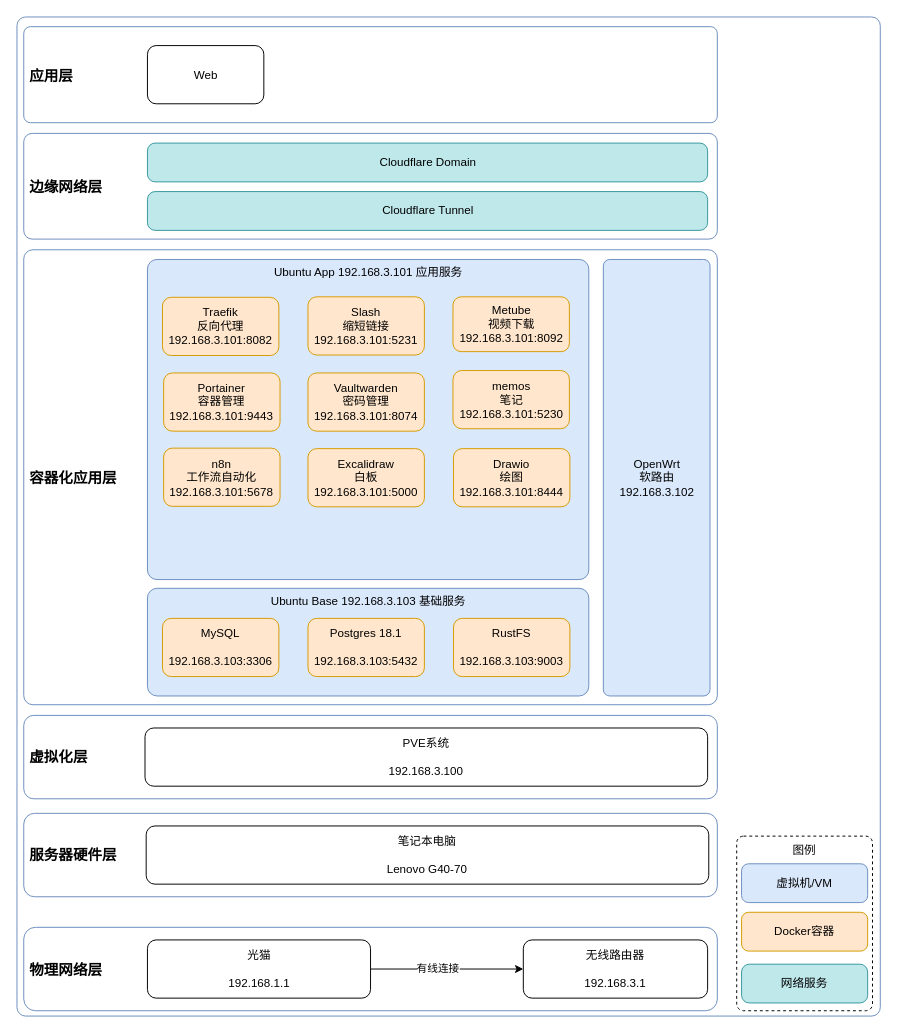
moatkon/moatkon keeps this draw.io diagram as page "HomeLab-Arch-Deploy-Details" (77 of 78) of Moatkon.drawio. Above is the earlier version. Source tidied: cells renumbered, new cells numbered last; positions are measured from the earlier drawing's top-left corner, leaving out a move shared by most shapes. Both pictures are drawn from the tidied source at 97%, with x=0, y=0 at pixel (16, 16).
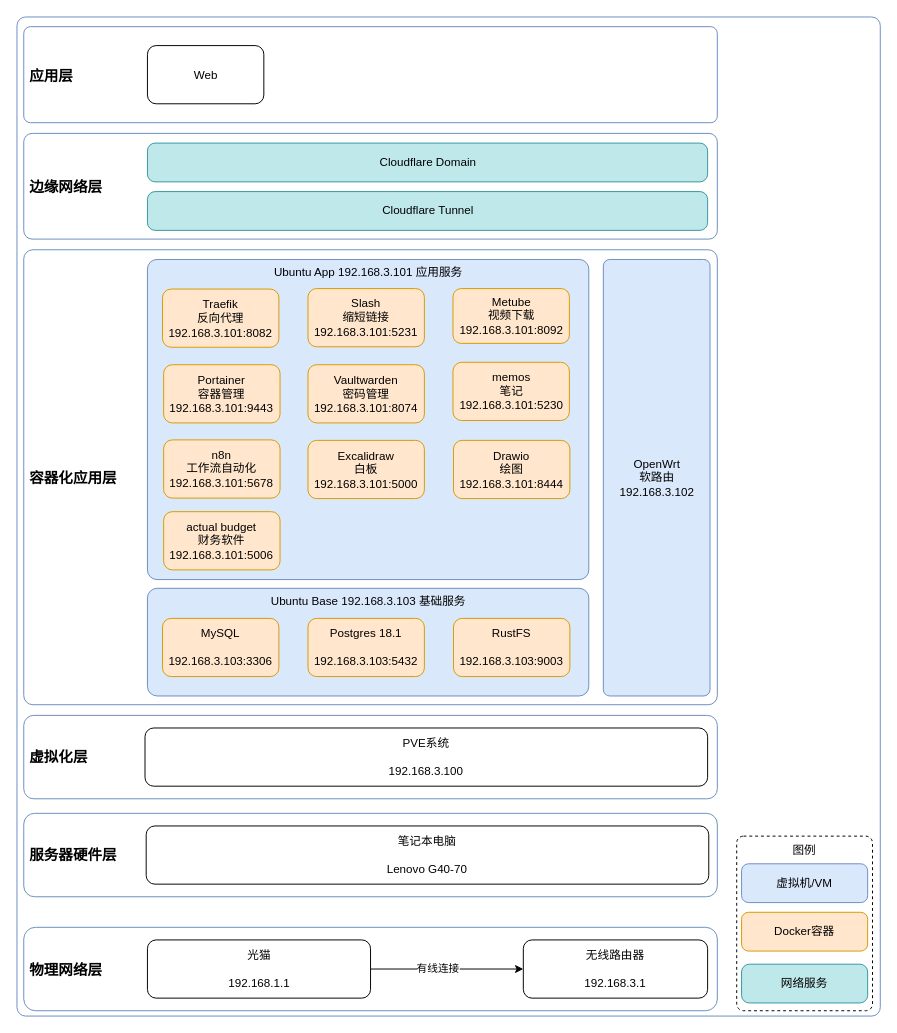
Above is the later version.

Change to the diagram source:
```diff
@@
     <mxCell id="17" value="memos&lt;br&gt;笔记&lt;br&gt;&lt;span style=&quot;color: rgb(0, 0, 0);&quot;&gt;192.168.3.101:5230&lt;/span&gt;" style="rounded=1;whiteSpace=wrap;html=1;fillColor=#ffe6cc;strokeColor=#d79b00;" parent="1" vertex="1">
-      <mxGeometry x="449.5" y="364.5" width="120" height="60" as="geometry" />
+      <mxGeometry x="449.5" y="356" width="120" height="60" as="geometry" />
     </mxCell>
     <mxCell id="18" value="Portainer&lt;br&gt;容器管理&lt;br&gt;192.168.3.101:9443" style="whiteSpace=wrap;html=1;fillColor=#ffe6cc;rounded=1;strokeColor=#d79b00;flipV=1;" parent="1" vertex="1">
-      <mxGeometry x="151.2" y="367" width="120" height="60" as="geometry" />
+      <mxGeometry x="151.2" y="358.5" width="120" height="60" as="geometry" />
     </mxCell>
     <mxCell id="19" value="Slash&lt;br&gt;缩短链接&lt;br&gt;192.168.3.101:5231" style="rounded=1;whiteSpace=wrap;html=1;fillColor=#ffe6cc;strokeColor=#d79b00;" parent="1" vertex="1">
-      <mxGeometry x="300" y="288.5" width="120" height="60" as="geometry" />
+      <mxGeometry x="300" y="280" width="120" height="60" as="geometry" />
     </mxCell>
     <mxCell id="20" value="Traefik&lt;br&gt;&lt;div&gt;反向代理&lt;br&gt;192.168.3.101:8082&lt;/div&gt;" style="rounded=1;whiteSpace=wrap;html=1;fillColor=#ffe6cc;strokeColor=#d79b00;flipV=1;" parent="1" vertex="1">
-      <mxGeometry x="150" y="289" width="120" height="60" as="geometry" />
+      <mxGeometry x="150" y="280.5" width="120" height="60" as="geometry" />
     </mxCell>
     <mxCell id="21" value="Metube&lt;br&gt;视频下载&lt;div&gt;192.168.3.101:8092&lt;/div&gt;" style="rounded=1;whiteSpace=wrap;html=1;fillColor=#ffe6cc;strokeColor=#d79b00;" parent="1" vertex="1">
-      <mxGeometry x="449.5" y="288.5" width="120" height="56.5" as="geometry" />
+      <mxGeometry x="449.5" y="280" width="120" height="56.5" as="geometry" />
     </mxCell>
     <mxCell id="22" value="Vaultwarden&lt;br&gt;&lt;div&gt;密码管理&lt;br&gt;192.168.3.101:8074&lt;/div&gt;" style="rounded=1;whiteSpace=wrap;html=1;fillColor=#ffe6cc;strokeColor=#d79b00;flipV=1;" parent="1" vertex="1">
-      <mxGeometry x="300" y="367" width="120" height="60" as="geometry" />
+      <mxGeometry x="300" y="358.5" width="120" height="60" as="geometry" />
     </mxCell>
@@
     <mxCell id="33" value="n8n&lt;br&gt;工作流自动化&lt;br&gt;192.168.3.101:5678" style="whiteSpace=wrap;html=1;fillColor=#ffe6cc;rounded=1;strokeColor=#d79b00;flipV=1;" parent="1" vertex="1">
-      <mxGeometry x="151.2" y="444.5" width="120" height="60" as="geometry" />
+      <mxGeometry x="151.2" y="436" width="120" height="60" as="geometry" />
     </mxCell>
     <mxCell id="34" value="Excalidraw&lt;br&gt;白板&lt;br&gt;192.168.3.101:5000" style="whiteSpace=wrap;html=1;fillColor=#ffe6cc;rounded=1;strokeColor=#d79b00;flipV=1;" parent="1" vertex="1">
-      <mxGeometry x="300" y="445" width="120" height="60" as="geometry" />
+      <mxGeometry x="300" y="436.5" width="120" height="60" as="geometry" />
     </mxCell>
     <mxCell id="35" value="Drawio&lt;br&gt;绘图&lt;br&gt;192.168.3.101:8444" style="whiteSpace=wrap;html=1;fillColor=#ffe6cc;rounded=1;strokeColor=#d79b00;flipV=1;" parent="1" vertex="1">
-      <mxGeometry x="450" y="445" width="120" height="60" as="geometry" />
+      <mxGeometry x="450" y="436.5" width="120" height="60" as="geometry" />
     </mxCell>
@@
+    <mxCell id="37" value="actual budget&lt;br&gt;财务软件&lt;br&gt;192.168.3.101:5006" style="whiteSpace=wrap;html=1;fillColor=#ffe6cc;rounded=1;strokeColor=#d79b00;flipV=1;" parent="1" vertex="1">
+      <mxGeometry x="151.2" y="510" width="120" height="60" as="geometry" />
+    </mxCell>
```
